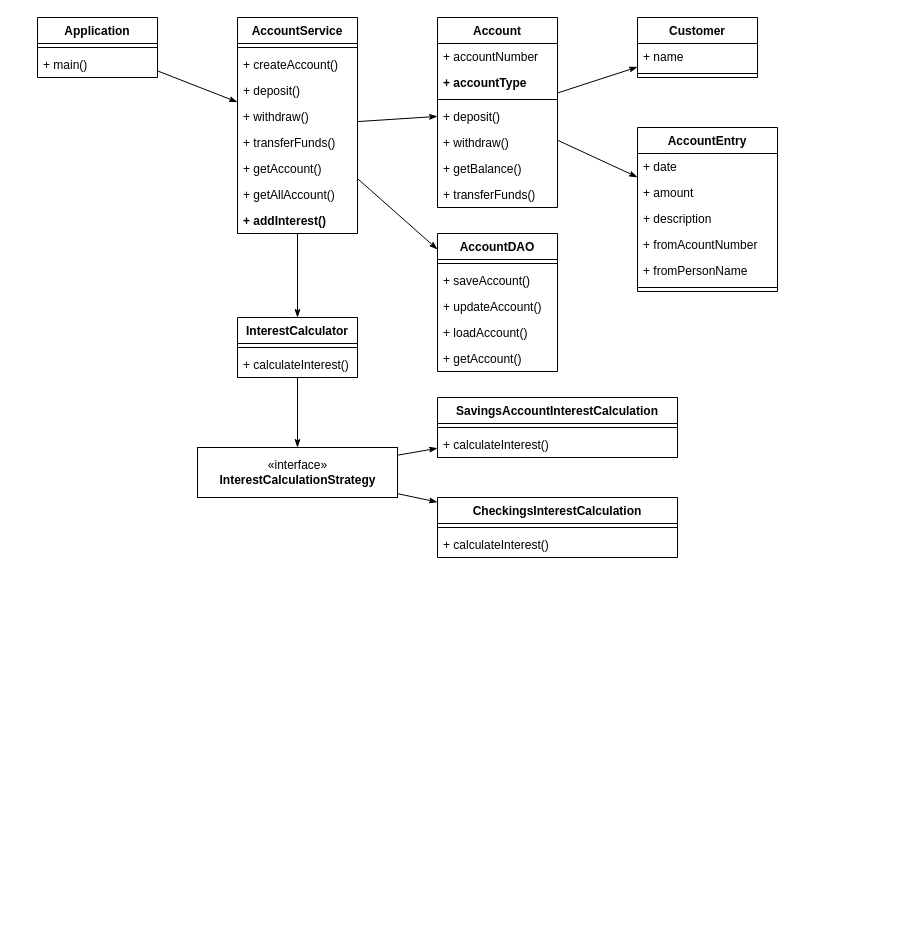
The draw.io diagram page "Lab 2 - Q.a, Q.b" (2 of 2) of assignments/Lab 2 draw.drawio in zithiat/asd, before the edit. Source tidied: cells renumbered, new cells numbered last; positions are measured from the earlier drawing's top-left corner, leaving out a move shared by most shapes. Both pictures are drawn from the tidied source at 100%, with x=0, y=0 at pixel (37, 17).
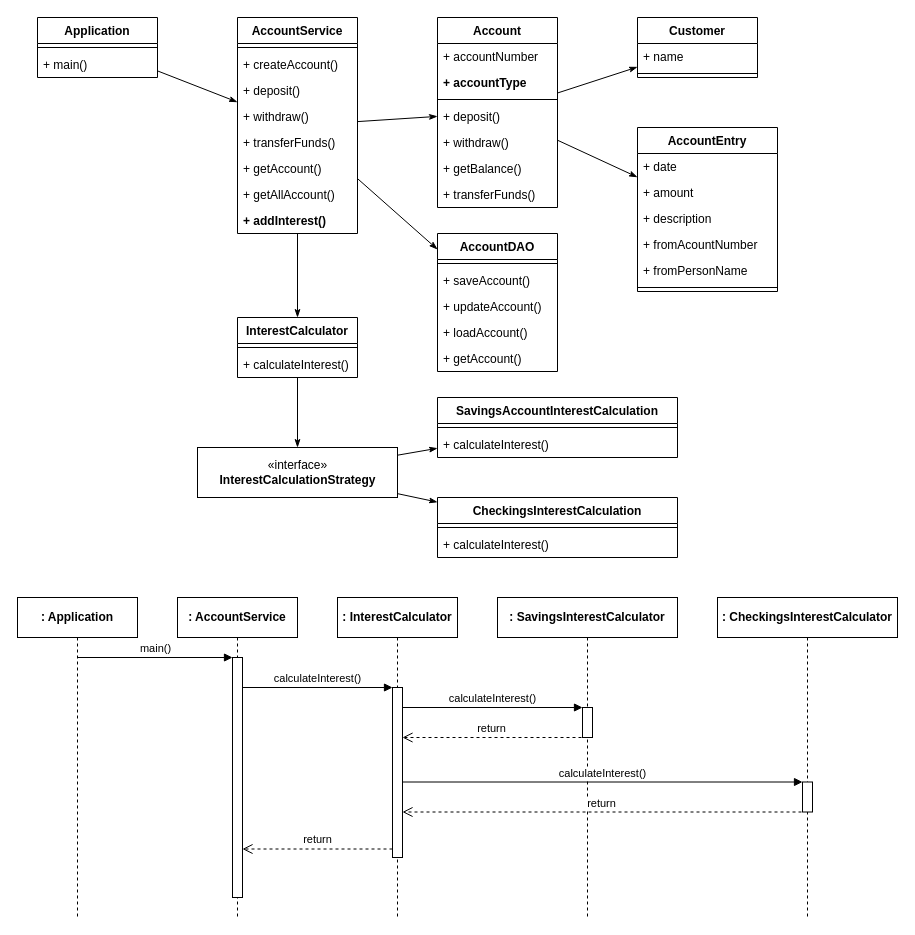
Above is the later version.

What changed in the source:
```diff
@@
+    <mxCell id="57" value="&lt;b&gt;: Application&lt;/b&gt;" style="shape=umlLifeline;perimeter=lifelinePerimeter;whiteSpace=wrap;html=1;outlineConnect=0;" parent="1" vertex="1">
+      <mxGeometry x="-20" y="580" width="120" height="320" as="geometry" />
+    </mxCell>
+    <mxCell id="58" value="&lt;b&gt;: AccountService&lt;/b&gt;" style="shape=umlLifeline;perimeter=lifelinePerimeter;whiteSpace=wrap;html=1;" parent="1" vertex="1">
+      <mxGeometry x="140" y="580" width="120" height="320" as="geometry" />
+    </mxCell>
+    <mxCell id="59" style="html=1;points=[];perimeter=orthogonalPerimeter;" parent="58" vertex="1">
+      <mxGeometry x="55" y="60" width="10" height="240" as="geometry" />
+    </mxCell>
+    <mxCell id="60" value="&lt;b&gt;: InterestCalculator&lt;/b&gt;" style="shape=umlLifeline;perimeter=lifelinePerimeter;whiteSpace=wrap;html=1;" parent="1" vertex="1">
+      <mxGeometry x="300" y="580" width="120" height="320" as="geometry" />
+    </mxCell>
+    <mxCell id="61" style="html=1;points=[];perimeter=orthogonalPerimeter;" parent="60" vertex="1">
+      <mxGeometry x="55" y="90" width="10" height="170" as="geometry" />
+    </mxCell>
+    <mxCell id="62" value="&lt;b&gt;: SavingsInterestCalculator&lt;/b&gt;" style="shape=umlLifeline;perimeter=lifelinePerimeter;whiteSpace=wrap;html=1;" parent="1" vertex="1">
+      <mxGeometry x="460" y="580" width="180" height="320" as="geometry" />
+    </mxCell>
+    <mxCell id="63" style="html=1;points=[];perimeter=orthogonalPerimeter;" parent="62" vertex="1">
+      <mxGeometry x="85" y="110" width="10" height="30" as="geometry" />
+    </mxCell>
+    <mxCell id="64" value="&lt;b&gt;: CheckingsInterestCalculator&lt;/b&gt;" style="shape=umlLifeline;perimeter=lifelinePerimeter;whiteSpace=wrap;html=1;" parent="1" vertex="1">
+      <mxGeometry x="680" y="580" width="180" height="320" as="geometry" />
+    </mxCell>
+    <mxCell id="65" style="html=1;points=[];perimeter=orthogonalPerimeter;" parent="64" vertex="1">
+      <mxGeometry x="85" y="184.5" width="10" height="30" as="geometry" />
+    </mxCell>
+    <mxCell id="66" value="return" style="html=1;verticalAlign=bottom;endArrow=open;dashed=1;endSize=8;" parent="64" edge="1" target="61">
+      <mxGeometry relative="1" as="geometry">
+        <mxPoint x="84" y="214.5" as="sourcePoint" />
+      </mxGeometry>
+    </mxCell>
+    <mxCell id="67" value="main()" style="html=1;verticalAlign=bottom;endArrow=block;entryX=0;entryY=0;" parent="1" edge="1" source="57" target="59">
+      <mxGeometry relative="1" as="geometry" />
+    </mxCell>
+    <mxCell id="68" value="calculateInterest()" style="html=1;verticalAlign=bottom;endArrow=block;entryX=0;entryY=0;" parent="1" edge="1" source="59" target="61">
+      <mxGeometry relative="1" as="geometry" />
+    </mxCell>
+    <mxCell id="69" value="return" style="html=1;verticalAlign=bottom;endArrow=open;dashed=1;endSize=8;exitX=0;exitY=0.95;" parent="1" edge="1" source="61" target="59">
+      <mxGeometry relative="1" as="geometry" />
+    </mxCell>
+    <mxCell id="70" value="return" style="html=1;verticalAlign=bottom;endArrow=open;dashed=1;endSize=8;" parent="1" edge="1" target="61">
+      <mxGeometry relative="1" as="geometry">
+        <mxPoint x="544" y="720" as="sourcePoint" />
+      </mxGeometry>
+    </mxCell>
+    <mxCell id="71" value="calculateInterest()" style="html=1;verticalAlign=bottom;endArrow=block;entryX=0;entryY=0;" parent="1" edge="1" source="61" target="63">
+      <mxGeometry relative="1" as="geometry" />
+    </mxCell>
+    <mxCell id="72" value="calculateInterest()" style="html=1;verticalAlign=bottom;endArrow=block;entryX=0;entryY=0;" parent="1" edge="1" source="61" target="65">
+      <mxGeometry relative="1" as="geometry" />
+    </mxCell>
```
